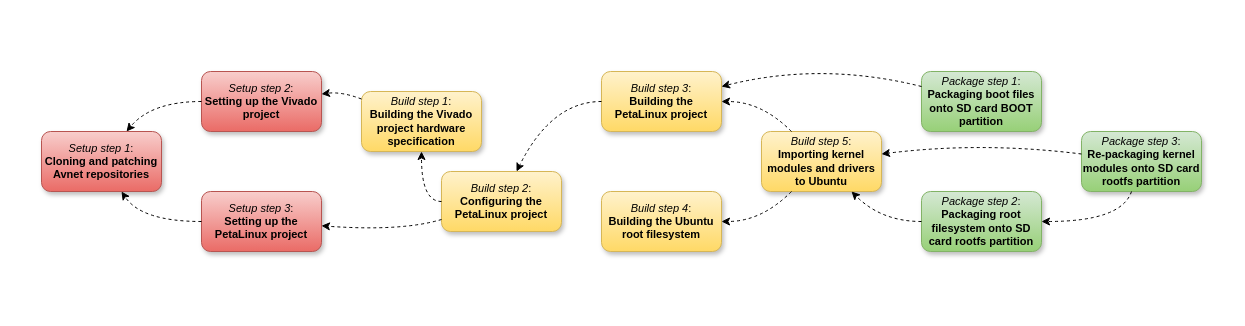
The draw.io diagram figures/MPSoC4Drones_toolchain.drawio in DIII-SDU-Group/MPSoC4Drones, before the edit. Source tidied: cells renumbered, new cells numbered last; positions are measured from the earlier drawing's top-left corner, leaving out a move shared by most shapes. Both pictures are drawn from the tidied source at 100%, with x=0, y=0 at pixel (41, 61).
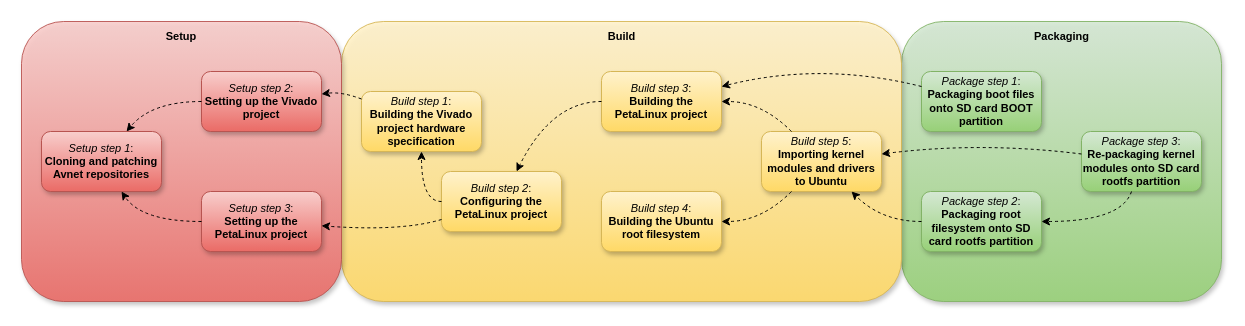
The same page after the edit.

The edit, as a diff of the source:
```diff
@@
+    <mxCell id="25" style="rounded=1;whiteSpace=wrap;html=1;shadow=1;fontSize=11;fillColor=#d5e8d4;gradientColor=#97d077;strokeColor=#82b366;opacity=90;" parent="1" vertex="1">
+      <mxGeometry x="860" y="-40" width="320" height="280" as="geometry" />
+    </mxCell>
+    <mxCell id="26" style="rounded=1;whiteSpace=wrap;html=1;shadow=1;fontSize=11;fillColor=#fff2cc;gradientColor=#ffd966;strokeColor=#d6b656;opacity=90;" parent="1" vertex="1">
+      <mxGeometry x="300" y="-40" width="560" height="280" as="geometry" />
+    </mxCell>
+    <mxCell id="27" style="rounded=1;whiteSpace=wrap;html=1;shadow=1;fontSize=11;fillColor=#f8cecc;gradientColor=#ea6b66;strokeColor=#b85450;opacity=90;" parent="1" vertex="1">
+      <mxGeometry x="-20" y="-40" width="320" height="280" as="geometry" />
+    </mxCell>
@@
+    <mxCell id="28" value="Setup" style="text;html=1;strokeColor=none;fillColor=none;align=center;verticalAlign=middle;whiteSpace=wrap;rounded=0;shadow=1;fontSize=11;opacity=50;fontStyle=1;" parent="1" vertex="1">
+      <mxGeometry x="110" y="-40" width="60" height="30" as="geometry" />
+    </mxCell>
+    <mxCell id="29" value="Build" style="text;html=1;align=center;verticalAlign=middle;strokeColor=none;fillColor=none;fontSize=11;fontStyle=1;" parent="1" vertex="1">
+      <mxGeometry x="560" y="-35" width="40" height="20" as="geometry" />
+    </mxCell>
+    <mxCell id="30" value="Packaging" style="text;html=1;align=center;verticalAlign=middle;strokeColor=none;fillColor=none;fontSize=11;fontStyle=1;" parent="1" vertex="1">
+      <mxGeometry x="985" y="-35" width="70" height="20" as="geometry" />
+    </mxCell>
```
